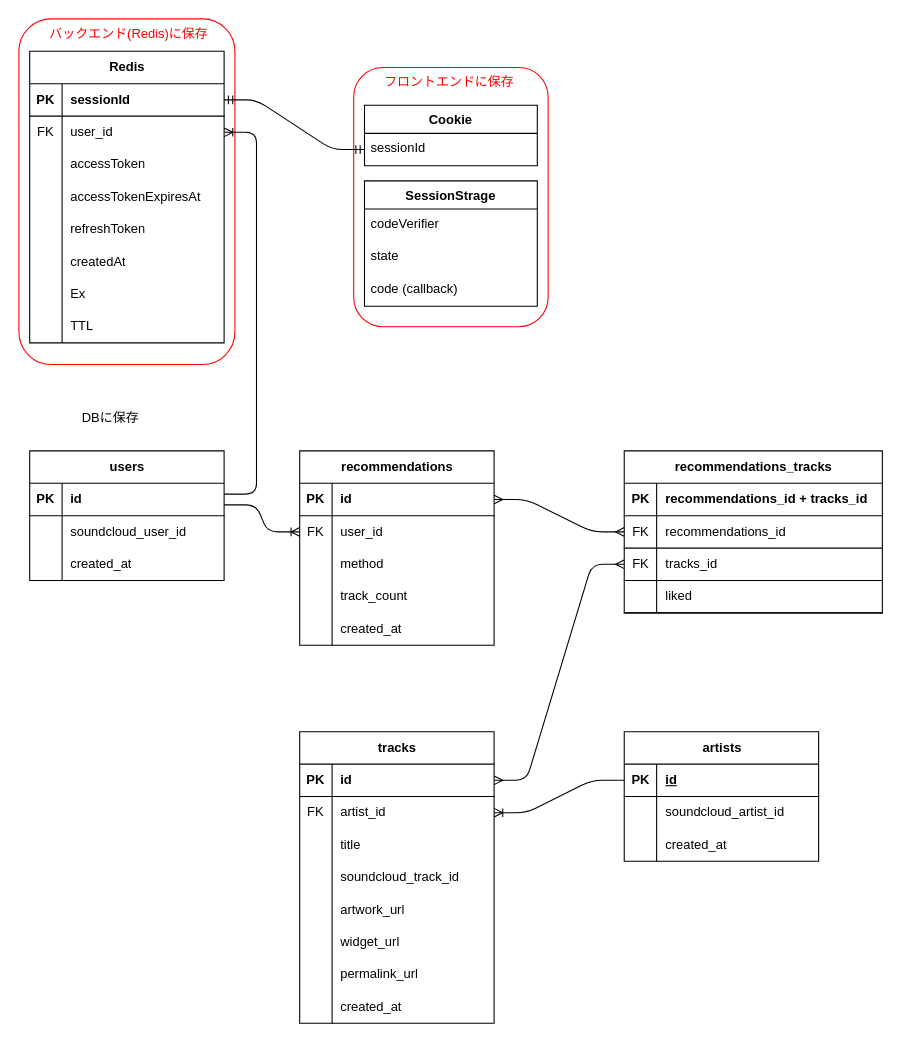
Earlier version of the draw.io diagram docs/er-diagram.drawio (eito0518/digbeats-v3). Source tidied: cells renumbered, new cells numbered last; positions are measured from the earlier drawing's top-left corner, leaving out a move shared by most shapes. Both pictures are drawn from the tidied source at 108%, with x=0, y=0 at pixel (18, 18).
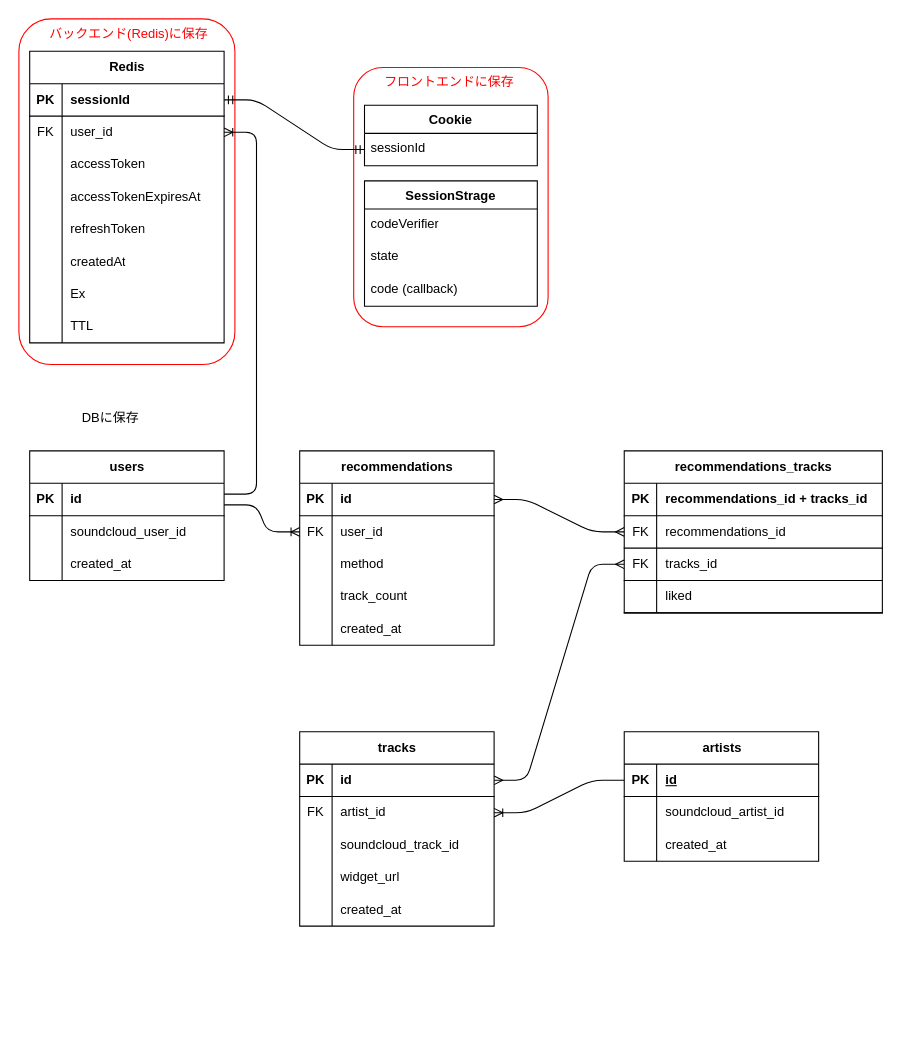
Above is the later version.

Commit message (it also covers changes not shown here):
docs(rec): add recommendation flow and fix ER/openapi draft docs

The edit, as a diff of the source:
```diff
@@
     <mxCell id="62" value="tracks" style="shape=table;startSize=30;childLayout=tableLayout;rowLines=0;fontStyle=1;align=center;html=1;" parent="1" vertex="1">
-      <mxGeometry x="260" y="660" width="180" height="270" as="geometry" />
+      <mxGeometry x="260" y="660" width="180" height="180" as="geometry" />
     </mxCell>
@@
-    <mxCell id="69" style="shape=tableRow;horizontal=0;startSize=0;swimlaneHead=0;swimlaneBody=0;fillColor=none;top=0;left=0;right=0;bottom=0;" parent="62" vertex="1">
-      <mxGeometry y="90" width="180" height="30" as="geometry" />
-    </mxCell>
-    <mxCell id="70" style="shape=partialRectangle;fillColor=none;top=0;left=0;bottom=0;right=0;overflow=hidden;whiteSpace=wrap;html=1;" parent="69" vertex="1">
-      <mxGeometry width="30" height="30" as="geometry" />
-    </mxCell>
-    <mxCell id="71" value="title" style="shape=partialRectangle;fillColor=none;top=0;left=0;bottom=0;right=0;align=left;spacingLeft=6;overflow=hidden;whiteSpace=wrap;html=1;" parent="69" vertex="1">
-      <mxGeometry x="30" width="150" height="30" as="geometry" />
-    </mxCell>
     <mxCell id="72" style="shape=tableRow;horizontal=0;startSize=0;swimlaneHead=0;swimlaneBody=0;fillColor=none;top=0;left=0;right=0;bottom=0;" parent="62" vertex="1">
-      <mxGeometry y="120" width="180" height="30" as="geometry" />
+      <mxGeometry y="90" width="180" height="30" as="geometry" />
     </mxCell>
@@
-    <mxCell id="75" style="shape=tableRow;horizontal=0;startSize=0;swimlaneHead=0;swimlaneBody=0;fillColor=none;top=0;left=0;right=0;bottom=0;" parent="62" vertex="1">
-      <mxGeometry y="150" width="180" height="30" as="geometry" />
-    </mxCell>
-    <mxCell id="76" style="shape=partialRectangle;fillColor=none;top=0;left=0;bottom=0;right=0;overflow=hidden;whiteSpace=wrap;html=1;" parent="75" vertex="1">
-      <mxGeometry width="30" height="30" as="geometry" />
-    </mxCell>
-    <mxCell id="77" value="artwork_url" style="shape=partialRectangle;fillColor=none;top=0;left=0;bottom=0;right=0;align=left;spacingLeft=6;overflow=hidden;whiteSpace=wrap;html=1;" parent="75" vertex="1">
-      <mxGeometry x="30" width="150" height="30" as="geometry" />
-    </mxCell>
     <mxCell id="78" style="shape=tableRow;horizontal=0;startSize=0;swimlaneHead=0;swimlaneBody=0;fillColor=none;top=0;left=0;right=0;bottom=0;" parent="62" vertex="1">
-      <mxGeometry y="180" width="180" height="30" as="geometry" />
+      <mxGeometry y="120" width="180" height="30" as="geometry" />
     </mxCell>
@@
-    <mxCell id="81" style="shape=tableRow;horizontal=0;startSize=0;swimlaneHead=0;swimlaneBody=0;fillColor=none;top=0;left=0;right=0;bottom=0;" parent="62" vertex="1">
-      <mxGeometry y="210" width="180" height="30" as="geometry" />
-    </mxCell>
-    <mxCell id="82" style="shape=partialRectangle;fillColor=none;top=0;left=0;bottom=0;right=0;overflow=hidden;whiteSpace=wrap;html=1;" parent="81" vertex="1">
-      <mxGeometry width="30" height="30" as="geometry" />
-    </mxCell>
-    <mxCell id="83" value="permalink_url" style="shape=partialRectangle;fillColor=none;top=0;left=0;bottom=0;right=0;align=left;spacingLeft=6;overflow=hidden;whiteSpace=wrap;html=1;" parent="81" vertex="1">
-      <mxGeometry x="30" width="150" height="30" as="geometry" />
-    </mxCell>
     <mxCell id="84" style="shape=tableRow;horizontal=0;startSize=0;swimlaneHead=0;swimlaneBody=0;fillColor=none;top=0;left=0;right=0;bottom=0;" parent="62" vertex="1">
-      <mxGeometry y="240" width="180" height="30" as="geometry" />
+      <mxGeometry y="150" width="180" height="30" as="geometry" />
     </mxCell>
```
